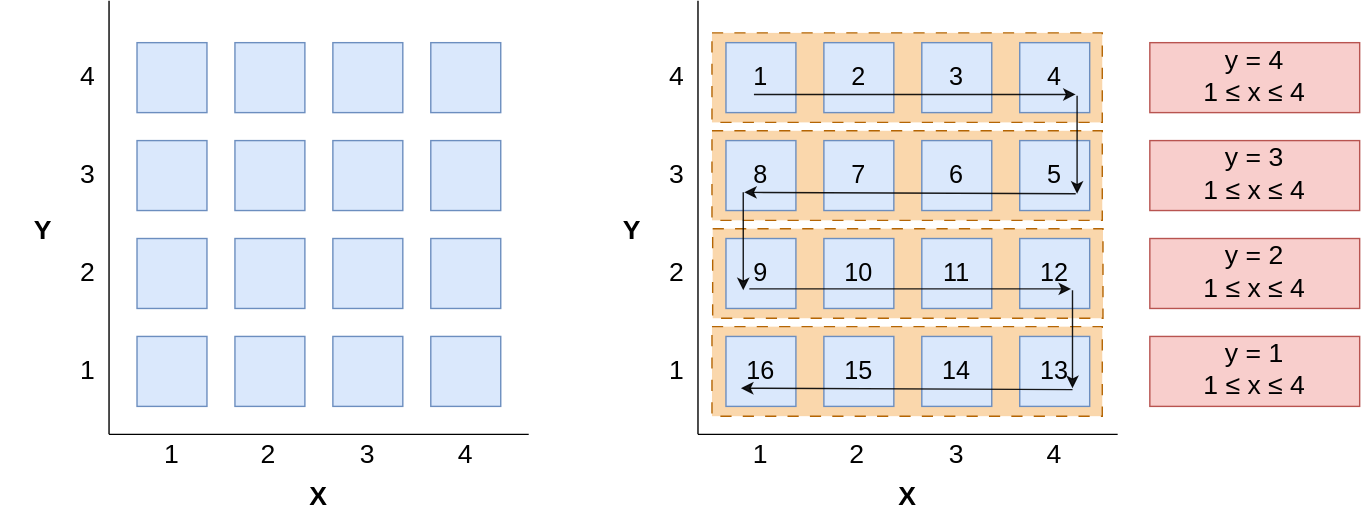
This is assets/posts/spatial-index/space-filling-trivial-details.svg from addu390/addu390.github.io, a draw.io export, as it was before one commit. Source tidied: cells renumbered, new cells last; positions are measured from the earlier drawing's top-left corner, leaving out a move shared by most shapes.
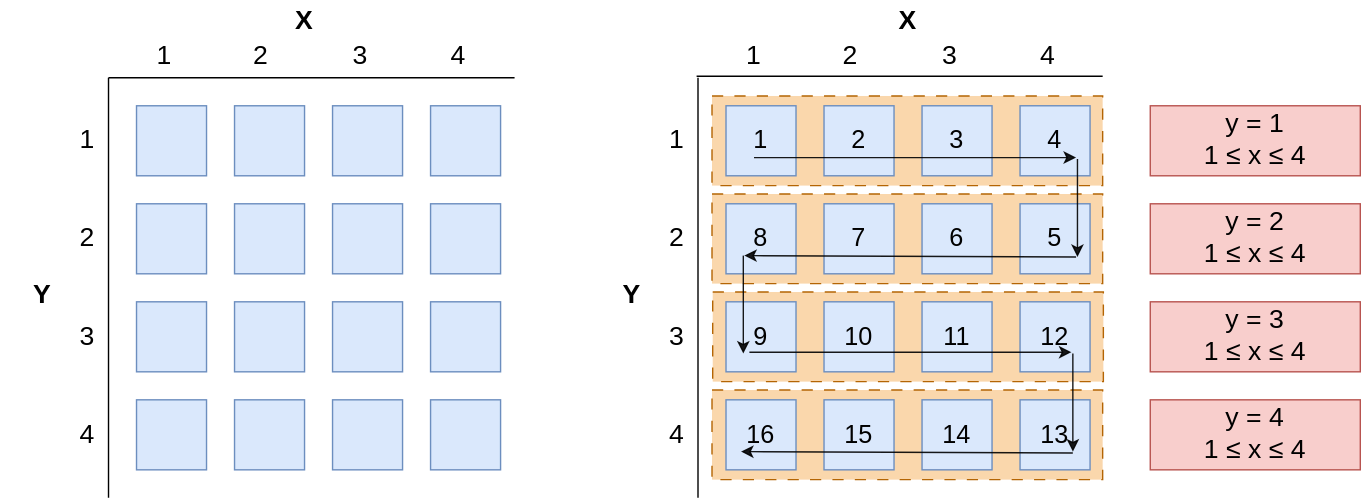
After the commit.

The edit, as a diff of the source:
```diff
@@ -65,41 +65,35 @@
     <mxCell id="22" style="endArrow=none;html=1;rounded=0;endFill=0;" parent="1" edge="1">
       <mxGeometry relative="1" as="geometry">
         <mxPoint x="498" y="310" as="sourcePoint" />
-        <mxPoint x="498" as="targetPoint" />
+        <mxPoint x="498" y="10" as="targetPoint" />
       </mxGeometry>
     </mxCell>
-    <mxCell id="23" style="endArrow=none;html=1;rounded=0;endFill=0;" parent="1" edge="1">
-      <mxGeometry relative="1" as="geometry">
-        <mxPoint x="498" y="310" as="sourcePoint" />
-        <mxPoint x="798" y="310" as="targetPoint" />
-      </mxGeometry>
-    </mxCell>
     <mxCell id="24" value="&lt;font style=&quot;font-size: 19px;&quot;&gt;1&lt;/font&gt;" style="text;html=1;align=center;verticalAlign=middle;whiteSpace=wrap;rounded=0;" parent="1" vertex="1">
-      <mxGeometry x="513" y="310" width="60" height="30" as="geometry" />
+      <mxGeometry x="508" y="-20" width="60" height="30" as="geometry" />
     </mxCell>
     <mxCell id="25" value="&lt;font style=&quot;font-size: 19px;&quot;&gt;2&lt;/font&gt;" style="text;html=1;align=center;verticalAlign=middle;whiteSpace=wrap;rounded=0;" parent="1" vertex="1">
-      <mxGeometry x="582" y="310" width="60" height="30" as="geometry" />
+      <mxGeometry x="577" y="-20" width="60" height="30" as="geometry" />
     </mxCell>
     <mxCell id="26" value="&lt;font style=&quot;font-size: 19px;&quot;&gt;3&lt;/font&gt;" style="text;html=1;align=center;verticalAlign=middle;whiteSpace=wrap;rounded=0;" parent="1" vertex="1">
-      <mxGeometry x="653" y="310" width="60" height="30" as="geometry" />
+      <mxGeometry x="648" y="-20" width="60" height="30" as="geometry" />
     </mxCell>
     <mxCell id="27" value="&lt;font style=&quot;font-size: 19px;&quot;&gt;4&lt;/font&gt;" style="text;html=1;align=center;verticalAlign=middle;whiteSpace=wrap;rounded=0;" parent="1" vertex="1">
-      <mxGeometry x="723" y="310" width="60" height="30" as="geometry" />
+      <mxGeometry x="718" y="-20" width="60" height="30" as="geometry" />
     </mxCell>
-    <mxCell id="28" value="&lt;font style=&quot;font-size: 19px;&quot;&gt;1&lt;/font&gt;" style="text;html=1;align=center;verticalAlign=middle;whiteSpace=wrap;rounded=0;" parent="1" vertex="1">
+    <mxCell id="28" value="&lt;font style=&quot;font-size: 19px;&quot;&gt;4&lt;/font&gt;" style="text;html=1;align=center;verticalAlign=middle;whiteSpace=wrap;rounded=0;" parent="1" vertex="1">
       <mxGeometry x="453" y="250" width="60" height="30" as="geometry" />
     </mxCell>
-    <mxCell id="29" value="&lt;font style=&quot;font-size: 19px;&quot;&gt;2&lt;/font&gt;" style="text;html=1;align=center;verticalAlign=middle;whiteSpace=wrap;rounded=0;" parent="1" vertex="1">
+    <mxCell id="29" value="&lt;font style=&quot;font-size: 19px;&quot;&gt;3&lt;/font&gt;" style="text;html=1;align=center;verticalAlign=middle;whiteSpace=wrap;rounded=0;" parent="1" vertex="1">
       <mxGeometry x="453" y="180" width="60" height="30" as="geometry" />
     </mxCell>
-    <mxCell id="30" value="&lt;font style=&quot;font-size: 19px;&quot;&gt;3&lt;/font&gt;" style="text;html=1;align=center;verticalAlign=middle;whiteSpace=wrap;rounded=0;" parent="1" vertex="1">
+    <mxCell id="30" value="&lt;font style=&quot;font-size: 19px;&quot;&gt;2&lt;/font&gt;" style="text;html=1;align=center;verticalAlign=middle;whiteSpace=wrap;rounded=0;" parent="1" vertex="1">
       <mxGeometry x="453" y="110" width="60" height="30" as="geometry" />
     </mxCell>
-    <mxCell id="31" value="&lt;font style=&quot;font-size: 19px;&quot;&gt;4&lt;/font&gt;" style="text;html=1;align=center;verticalAlign=middle;whiteSpace=wrap;rounded=0;" parent="1" vertex="1">
+    <mxCell id="31" value="&lt;font style=&quot;font-size: 19px;&quot;&gt;1&lt;/font&gt;" style="text;html=1;align=center;verticalAlign=middle;whiteSpace=wrap;rounded=0;" parent="1" vertex="1">
       <mxGeometry x="453" y="40" width="60" height="30" as="geometry" />
     </mxCell>
     <mxCell id="32" value="&lt;font style=&quot;font-size: 19px;&quot;&gt;&lt;b&gt;X&lt;/b&gt;&lt;/font&gt;" style="text;html=1;align=center;verticalAlign=middle;whiteSpace=wrap;rounded=0;" parent="1" vertex="1">
-      <mxGeometry x="618" y="340" width="60" height="30" as="geometry" />
+      <mxGeometry x="617.5" y="-45" width="60" height="30" as="geometry" />
     </mxCell>
     <mxCell id="33" value="&lt;font style=&quot;font-size: 19px;&quot;&gt;&lt;b&gt;Y&lt;/b&gt;&lt;/font&gt;" style="text;html=1;align=center;verticalAlign=middle;whiteSpace=wrap;rounded=0;" parent="1" vertex="1">
       <mxGeometry x="421" y="150" width="60" height="30" as="geometry" />
@@ -151,7 +145,7 @@
     <mxCell id="42" value="&lt;font style=&quot;font-size: 19px;&quot;&gt;&lt;span class=&quot;base&quot;&gt;&lt;span class=&quot;mord mathnormal&quot;&gt;1&amp;nbsp;&lt;/span&gt;&lt;span class=&quot;mspace&quot;&gt;&lt;/span&gt;&lt;span class=&quot;mrel&quot;&gt;≤&amp;nbsp;&lt;/span&gt;&lt;span class=&quot;mspace&quot;&gt;&lt;/span&gt;&lt;/span&gt;&lt;span class=&quot;base&quot;&gt;&lt;span class=&quot;strut&quot;&gt;&lt;/span&gt;&lt;span class=&quot;mord mathnormal&quot;&gt;x&amp;nbsp;&lt;/span&gt;&lt;span class=&quot;mspace&quot;&gt;&lt;/span&gt;&lt;span class=&quot;mrel&quot;&gt;≤&amp;nbsp;&lt;/span&gt;&lt;span class=&quot;mspace&quot;&gt;&lt;/span&gt;&lt;/span&gt;&lt;span class=&quot;base&quot;&gt;&lt;span class=&quot;strut&quot;&gt;&lt;/span&gt;&lt;span class=&quot;mord mathnormal&quot;&gt;4&lt;/span&gt;&lt;/span&gt;&lt;/font&gt;" style="text;html=1;align=center;verticalAlign=middle;whiteSpace=wrap;rounded=0;" parent="1" vertex="1">
       <mxGeometry x="866" y="61" width="60" height="10" as="geometry" />
     </mxCell>
-    <mxCell id="43" value="&lt;span style=&quot;font-size: 19px;&quot;&gt;y = 4&lt;/span&gt;" style="text;html=1;align=center;verticalAlign=middle;whiteSpace=wrap;rounded=0;" parent="1" vertex="1">
+    <mxCell id="43" value="&lt;span style=&quot;font-size: 19px;&quot;&gt;y = 1&lt;/span&gt;" style="text;html=1;align=center;verticalAlign=middle;whiteSpace=wrap;rounded=0;" parent="1" vertex="1">
       <mxGeometry x="866" y="38" width="60" height="10" as="geometry" />
     </mxCell>
     <mxCell id="44" style="rounded=0;whiteSpace=wrap;html=1;fillColor=#f8cecc;strokeColor=#b85450;" parent="1" vertex="1">
@@ -160,7 +154,7 @@
     <mxCell id="45" value="&lt;font style=&quot;font-size: 19px;&quot;&gt;&lt;span class=&quot;base&quot;&gt;&lt;span class=&quot;mord mathnormal&quot;&gt;1&amp;nbsp;&lt;/span&gt;&lt;span class=&quot;mspace&quot;&gt;&lt;/span&gt;&lt;span class=&quot;mrel&quot;&gt;≤&amp;nbsp;&lt;/span&gt;&lt;span class=&quot;mspace&quot;&gt;&lt;/span&gt;&lt;/span&gt;&lt;span class=&quot;base&quot;&gt;&lt;span class=&quot;strut&quot;&gt;&lt;/span&gt;&lt;span class=&quot;mord mathnormal&quot;&gt;x&amp;nbsp;&lt;/span&gt;&lt;span class=&quot;mspace&quot;&gt;&lt;/span&gt;&lt;span class=&quot;mrel&quot;&gt;≤&amp;nbsp;&lt;/span&gt;&lt;span class=&quot;mspace&quot;&gt;&lt;/span&gt;&lt;/span&gt;&lt;span class=&quot;base&quot;&gt;&lt;span class=&quot;strut&quot;&gt;&lt;/span&gt;&lt;span class=&quot;mord mathnormal&quot;&gt;4&lt;/span&gt;&lt;/span&gt;&lt;/font&gt;" style="text;html=1;align=center;verticalAlign=middle;whiteSpace=wrap;rounded=0;" parent="1" vertex="1">
       <mxGeometry x="866" y="131" width="60" height="10" as="geometry" />
     </mxCell>
-    <mxCell id="46" value="&lt;span style=&quot;font-size: 19px;&quot;&gt;y = 3&lt;/span&gt;" style="text;html=1;align=center;verticalAlign=middle;whiteSpace=wrap;rounded=0;" parent="1" vertex="1">
+    <mxCell id="46" value="&lt;span style=&quot;font-size: 19px;&quot;&gt;y = 2&lt;/span&gt;" style="text;html=1;align=center;verticalAlign=middle;whiteSpace=wrap;rounded=0;" parent="1" vertex="1">
       <mxGeometry x="866" y="108" width="60" height="10" as="geometry" />
     </mxCell>
     <mxCell id="47" style="rounded=0;whiteSpace=wrap;html=1;fillColor=#f8cecc;strokeColor=#b85450;" parent="1" vertex="1">
@@ -169,7 +163,7 @@
     <mxCell id="48" value="&lt;font style=&quot;font-size: 19px;&quot;&gt;&lt;span class=&quot;base&quot;&gt;&lt;span class=&quot;mord mathnormal&quot;&gt;1&amp;nbsp;&lt;/span&gt;&lt;span class=&quot;mspace&quot;&gt;&lt;/span&gt;&lt;span class=&quot;mrel&quot;&gt;≤&amp;nbsp;&lt;/span&gt;&lt;span class=&quot;mspace&quot;&gt;&lt;/span&gt;&lt;/span&gt;&lt;span class=&quot;base&quot;&gt;&lt;span class=&quot;strut&quot;&gt;&lt;/span&gt;&lt;span class=&quot;mord mathnormal&quot;&gt;x&amp;nbsp;&lt;/span&gt;&lt;span class=&quot;mspace&quot;&gt;&lt;/span&gt;&lt;span class=&quot;mrel&quot;&gt;≤&amp;nbsp;&lt;/span&gt;&lt;span class=&quot;mspace&quot;&gt;&lt;/span&gt;&lt;/span&gt;&lt;span class=&quot;base&quot;&gt;&lt;span class=&quot;strut&quot;&gt;&lt;/span&gt;&lt;span class=&quot;mord mathnormal&quot;&gt;4&lt;/span&gt;&lt;/span&gt;&lt;/font&gt;" style="text;html=1;align=center;verticalAlign=middle;whiteSpace=wrap;rounded=0;" parent="1" vertex="1">
       <mxGeometry x="866" y="201" width="60" height="10" as="geometry" />
     </mxCell>
-    <mxCell id="49" value="&lt;span style=&quot;font-size: 19px;&quot;&gt;y = 2&lt;/span&gt;" style="text;html=1;align=center;verticalAlign=middle;whiteSpace=wrap;rounded=0;" parent="1" vertex="1">
+    <mxCell id="49" value="&lt;span style=&quot;font-size: 19px;&quot;&gt;y = 3&lt;/span&gt;" style="text;html=1;align=center;verticalAlign=middle;whiteSpace=wrap;rounded=0;" parent="1" vertex="1">
       <mxGeometry x="866" y="178" width="60" height="10" as="geometry" />
     </mxCell>
     <mxCell id="50" style="rounded=0;whiteSpace=wrap;html=1;fillColor=#f8cecc;strokeColor=#b85450;" parent="1" vertex="1">
@@ -178,7 +172,7 @@
     <mxCell id="51" value="&lt;font style=&quot;font-size: 19px;&quot;&gt;&lt;span class=&quot;base&quot;&gt;&lt;span class=&quot;mord mathnormal&quot;&gt;1&amp;nbsp;&lt;/span&gt;&lt;span class=&quot;mspace&quot;&gt;&lt;/span&gt;&lt;span class=&quot;mrel&quot;&gt;≤&amp;nbsp;&lt;/span&gt;&lt;span class=&quot;mspace&quot;&gt;&lt;/span&gt;&lt;/span&gt;&lt;span class=&quot;base&quot;&gt;&lt;span class=&quot;strut&quot;&gt;&lt;/span&gt;&lt;span class=&quot;mord mathnormal&quot;&gt;x&amp;nbsp;&lt;/span&gt;&lt;span class=&quot;mspace&quot;&gt;&lt;/span&gt;&lt;span class=&quot;mrel&quot;&gt;≤&amp;nbsp;&lt;/span&gt;&lt;span class=&quot;mspace&quot;&gt;&lt;/span&gt;&lt;/span&gt;&lt;span class=&quot;base&quot;&gt;&lt;span class=&quot;strut&quot;&gt;&lt;/span&gt;&lt;span class=&quot;mord mathnormal&quot;&gt;4&lt;/span&gt;&lt;/span&gt;&lt;/font&gt;" style="text;html=1;align=center;verticalAlign=middle;whiteSpace=wrap;rounded=0;" parent="1" vertex="1">
       <mxGeometry x="866" y="271" width="60" height="10" as="geometry" />
     </mxCell>
-    <mxCell id="52" value="&lt;span style=&quot;font-size: 19px;&quot;&gt;y = 1&lt;/span&gt;" style="text;html=1;align=center;verticalAlign=middle;whiteSpace=wrap;rounded=0;" parent="1" vertex="1">
+    <mxCell id="52" value="&lt;span style=&quot;font-size: 19px;&quot;&gt;y = 4&lt;/span&gt;" style="text;html=1;align=center;verticalAlign=middle;whiteSpace=wrap;rounded=0;" parent="1" vertex="1">
       <mxGeometry x="866" y="248" width="60" height="10" as="geometry" />
     </mxCell>
     <mxCell id="53" style="rounded=0;whiteSpace=wrap;html=1;fillColor=#dae8fc;strokeColor=#6c8ebf;" parent="1" vertex="1">
@@ -232,44 +226,50 @@
     <mxCell id="69" style="endArrow=none;html=1;rounded=0;endFill=0;" parent="1" edge="1">
       <mxGeometry relative="1" as="geometry">
         <mxPoint x="77" y="310" as="sourcePoint" />
-        <mxPoint x="77" as="targetPoint" />
+        <mxPoint x="77" y="10" as="targetPoint" />
       </mxGeometry>
     </mxCell>
     <mxCell id="70" style="endArrow=none;html=1;rounded=0;endFill=0;" parent="1" edge="1">
       <mxGeometry relative="1" as="geometry">
-        <mxPoint x="77" y="310" as="sourcePoint" />
-        <mxPoint x="377" y="310" as="targetPoint" />
+        <mxPoint x="77" y="10" as="sourcePoint" />
+        <mxPoint x="367" y="10" as="targetPoint" />
       </mxGeometry>
     </mxCell>
     <mxCell id="71" value="&lt;font style=&quot;font-size: 19px;&quot;&gt;1&lt;/font&gt;" style="text;html=1;align=center;verticalAlign=middle;whiteSpace=wrap;rounded=0;" parent="1" vertex="1">
-      <mxGeometry x="92" y="310" width="60" height="30" as="geometry" />
+      <mxGeometry x="87" y="-20" width="60" height="30" as="geometry" />
     </mxCell>
     <mxCell id="72" value="&lt;font style=&quot;font-size: 19px;&quot;&gt;2&lt;/font&gt;" style="text;html=1;align=center;verticalAlign=middle;whiteSpace=wrap;rounded=0;" parent="1" vertex="1">
-      <mxGeometry x="161" y="310" width="60" height="30" as="geometry" />
+      <mxGeometry x="156" y="-20" width="60" height="30" as="geometry" />
     </mxCell>
     <mxCell id="73" value="&lt;font style=&quot;font-size: 19px;&quot;&gt;3&lt;/font&gt;" style="text;html=1;align=center;verticalAlign=middle;whiteSpace=wrap;rounded=0;" parent="1" vertex="1">
-      <mxGeometry x="232" y="310" width="60" height="30" as="geometry" />
+      <mxGeometry x="227" y="-20" width="60" height="30" as="geometry" />
     </mxCell>
     <mxCell id="74" value="&lt;font style=&quot;font-size: 19px;&quot;&gt;4&lt;/font&gt;" style="text;html=1;align=center;verticalAlign=middle;whiteSpace=wrap;rounded=0;" parent="1" vertex="1">
-      <mxGeometry x="302" y="310" width="60" height="30" as="geometry" />
+      <mxGeometry x="297" y="-20" width="60" height="30" as="geometry" />
     </mxCell>
-    <mxCell id="75" value="&lt;font style=&quot;font-size: 19px;&quot;&gt;1&lt;/font&gt;" style="text;html=1;align=center;verticalAlign=middle;whiteSpace=wrap;rounded=0;" parent="1" vertex="1">
+    <mxCell id="75" value="&lt;font style=&quot;font-size: 19px;&quot;&gt;4&lt;/font&gt;" style="text;html=1;align=center;verticalAlign=middle;whiteSpace=wrap;rounded=0;" parent="1" vertex="1">
       <mxGeometry x="32" y="250" width="60" height="30" as="geometry" />
     </mxCell>
-    <mxCell id="76" value="&lt;font style=&quot;font-size: 19px;&quot;&gt;2&lt;/font&gt;" style="text;html=1;align=center;verticalAlign=middle;whiteSpace=wrap;rounded=0;" parent="1" vertex="1">
+    <mxCell id="76" value="&lt;font style=&quot;font-size: 19px;&quot;&gt;3&lt;/font&gt;" style="text;html=1;align=center;verticalAlign=middle;whiteSpace=wrap;rounded=0;" parent="1" vertex="1">
       <mxGeometry x="32" y="180" width="60" height="30" as="geometry" />
     </mxCell>
-    <mxCell id="77" value="&lt;font style=&quot;font-size: 19px;&quot;&gt;3&lt;/font&gt;" style="text;html=1;align=center;verticalAlign=middle;whiteSpace=wrap;rounded=0;" parent="1" vertex="1">
+    <mxCell id="77" value="&lt;font style=&quot;font-size: 19px;&quot;&gt;2&lt;/font&gt;" style="text;html=1;align=center;verticalAlign=middle;whiteSpace=wrap;rounded=0;" parent="1" vertex="1">
       <mxGeometry x="32" y="110" width="60" height="30" as="geometry" />
     </mxCell>
-    <mxCell id="78" value="&lt;font style=&quot;font-size: 19px;&quot;&gt;4&lt;/font&gt;" style="text;html=1;align=center;verticalAlign=middle;whiteSpace=wrap;rounded=0;" parent="1" vertex="1">
+    <mxCell id="78" value="&lt;font style=&quot;font-size: 19px;&quot;&gt;1&lt;/font&gt;" style="text;html=1;align=center;verticalAlign=middle;whiteSpace=wrap;rounded=0;" parent="1" vertex="1">
       <mxGeometry x="32" y="40" width="60" height="30" as="geometry" />
     </mxCell>
     <mxCell id="79" value="&lt;font style=&quot;font-size: 19px;&quot;&gt;&lt;b&gt;X&lt;/b&gt;&lt;/font&gt;" style="text;html=1;align=center;verticalAlign=middle;whiteSpace=wrap;rounded=0;" parent="1" vertex="1">
-      <mxGeometry x="197" y="340" width="60" height="30" as="geometry" />
+      <mxGeometry x="187" y="-45" width="60" height="30" as="geometry" />
     </mxCell>
     <mxCell id="80" value="&lt;font style=&quot;font-size: 19px;&quot;&gt;&lt;b&gt;Y&lt;/b&gt;&lt;/font&gt;" style="text;html=1;align=center;verticalAlign=middle;whiteSpace=wrap;rounded=0;" parent="1" vertex="1">
       <mxGeometry y="150" width="60" height="30" as="geometry" />
     </mxCell>
+    <mxCell id="81" style="endArrow=none;html=1;rounded=0;endFill=0;" parent="1" edge="1">
+      <mxGeometry relative="1" as="geometry">
+        <mxPoint x="497" y="8.9" as="sourcePoint" />
+        <mxPoint x="787" y="8.9" as="targetPoint" />
+      </mxGeometry>
+    </mxCell>
   </root>
 </mxGraphModel>
```
